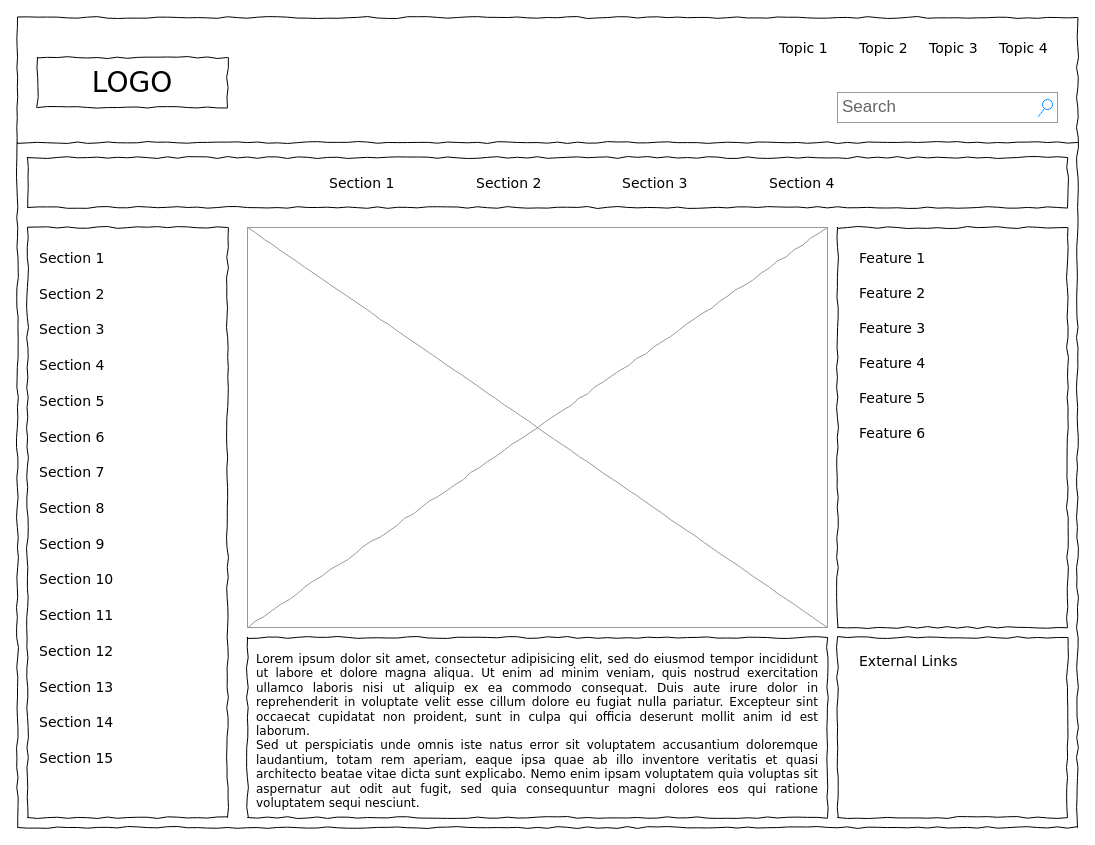
Above: Untitled Diagram.drawio in 20MILLEGL/git-clone-https-github.com-scotch-io-scotch-box.git-my-project (draw.io), before the change. Source tidied: cells renumbered, new cells numbered last; positions are measured from the earlier drawing's top-left corner, leaving out a move shared by most shapes. Both pictures are drawn from the tidied source at 100%, with x=0, y=0 at pixel (17, 17).
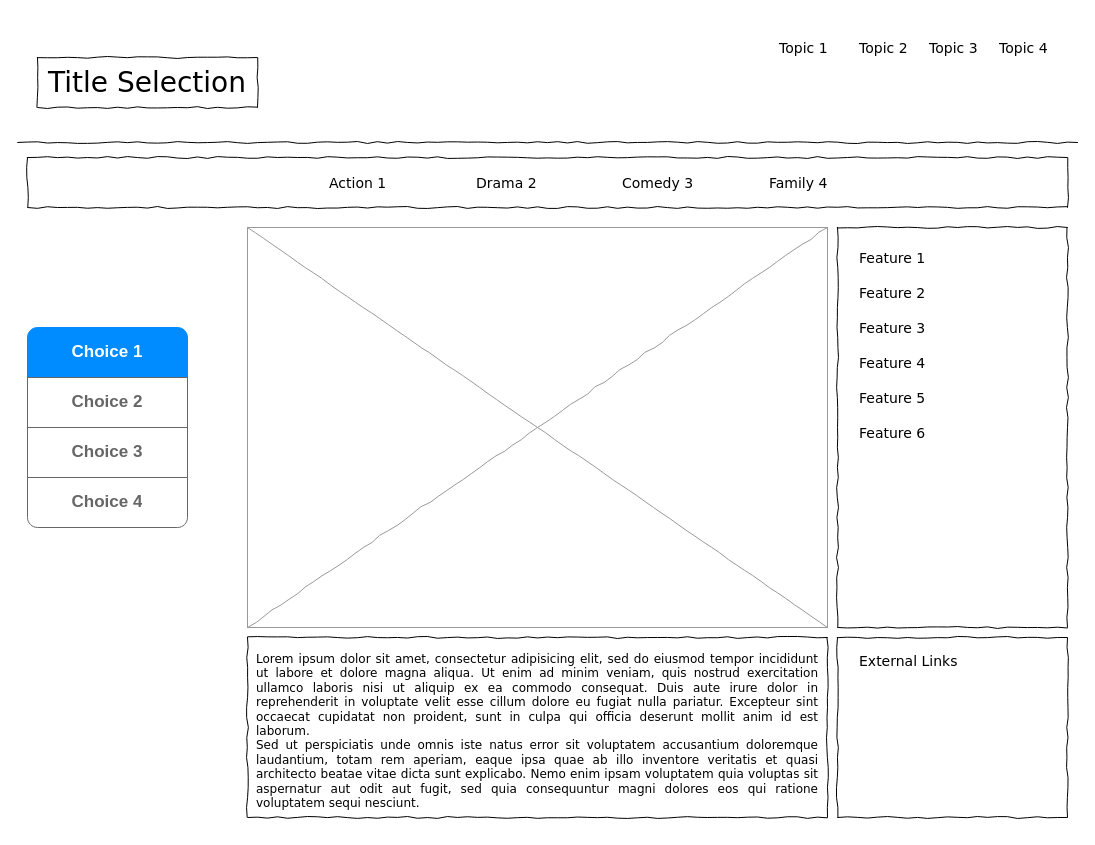
After the change.

Change to the diagram source:
```diff
@@
-    <mxCell id="2" style="whiteSpace=wrap;html=1;rounded=0;shadow=0;labelBackgroundColor=none;strokeColor=#000000;strokeWidth=1;fillColor=none;fontFamily=Verdana;fontSize=12;fontColor=#000000;align=center;comic=1;" parent="1" vertex="1">
-      <mxGeometry width="1060" height="810" as="geometry" />
-    </mxCell>
-    <mxCell id="3" value="LOGO" style="whiteSpace=wrap;html=1;rounded=0;shadow=0;labelBackgroundColor=none;strokeWidth=1;fontFamily=Verdana;fontSize=28;align=center;comic=1;" parent="1" vertex="1">
-      <mxGeometry x="20" y="40" width="190" height="50" as="geometry" />
+    <mxCell id="3" value="Title Selection" style="whiteSpace=wrap;html=1;rounded=0;shadow=0;labelBackgroundColor=none;strokeWidth=1;fontFamily=Verdana;fontSize=28;align=center;comic=1;" parent="1" vertex="1">
+      <mxGeometry x="20" y="40" width="220" height="50" as="geometry" />
     </mxCell>
-    <mxCell id="4" value="Search" style="strokeWidth=1;shadow=0;dashed=0;align=center;html=1;shape=mxgraph.mockup.forms.searchBox;strokeColor=#999999;mainText=;strokeColor2=#008cff;fontColor=#666666;fontSize=17;align=left;spacingLeft=3;rounded=0;labelBackgroundColor=none;comic=1;" parent="1" vertex="1">
-      <mxGeometry x="820" y="75" width="220" height="30" as="geometry" />
-    </mxCell>
@@
-    <mxCell id="9" style="whiteSpace=wrap;html=1;rounded=0;shadow=0;labelBackgroundColor=none;strokeWidth=1;fillColor=none;fontFamily=Verdana;fontSize=12;align=center;comic=1;" parent="1" vertex="1">
-      <mxGeometry x="10" y="210" width="200" height="590" as="geometry" />
-    </mxCell>
@@
-    <mxCell id="12" value="Section 1" style="text;html=1;align=left;verticalAlign=top;spacingTop=-4;fontSize=14;fontFamily=Verdana;" parent="1" vertex="1">
+    <mxCell id="12" value="Action 1" style="text;html=1;align=left;verticalAlign=top;spacingTop=-4;fontSize=14;fontFamily=Verdana;" parent="1" vertex="1">
       <mxGeometry x="310" y="155" width="60" height="20" as="geometry" />
     </mxCell>
-    <mxCell id="13" value="Section 2" style="text;html=1;align=left;verticalAlign=top;spacingTop=-4;fontSize=14;fontFamily=Verdana;" parent="1" vertex="1">
+    <mxCell id="13" value="Drama 2" style="text;html=1;align=left;verticalAlign=top;spacingTop=-4;fontSize=14;fontFamily=Verdana;" parent="1" vertex="1">
       <mxGeometry x="457" y="155" width="60" height="20" as="geometry" />
     </mxCell>
-    <mxCell id="14" value="Section 3" style="text;html=1;align=left;verticalAlign=top;spacingTop=-4;fontSize=14;fontFamily=Verdana;" parent="1" vertex="1">
+    <mxCell id="14" value="Comedy 3" style="text;html=1;align=left;verticalAlign=top;spacingTop=-4;fontSize=14;fontFamily=Verdana;" parent="1" vertex="1">
       <mxGeometry x="603" y="155" width="60" height="20" as="geometry" />
     </mxCell>
-    <mxCell id="15" value="Section 4" style="text;html=1;align=left;verticalAlign=top;spacingTop=-4;fontSize=14;fontFamily=Verdana;" parent="1" vertex="1">
+    <mxCell id="15" value="Family 4" style="text;html=1;align=left;verticalAlign=top;spacingTop=-4;fontSize=14;fontFamily=Verdana;" parent="1" vertex="1">
       <mxGeometry x="750" y="155" width="60" height="20" as="geometry" />
     </mxCell>
@@
-    <mxCell id="20" value="Section 1" style="text;html=1;align=left;verticalAlign=top;spacingTop=-4;fontSize=14;fontFamily=Verdana;" parent="1" vertex="1">
-      <mxGeometry x="20" y="230" width="170" height="20" as="geometry" />
-    </mxCell>
-    <mxCell id="21" value="Section 2" style="text;html=1;align=left;verticalAlign=top;spacingTop=-4;fontSize=14;fontFamily=Verdana;" parent="1" vertex="1">
-      <mxGeometry x="20" y="266" width="170" height="20" as="geometry" />
-    </mxCell>
-    <mxCell id="22" value="Section 3" style="text;html=1;align=left;verticalAlign=top;spacingTop=-4;fontSize=14;fontFamily=Verdana;" parent="1" vertex="1">
-      <mxGeometry x="20" y="301" width="170" height="20" as="geometry" />
-    </mxCell>
-    <mxCell id="23" value="Section 4" style="text;html=1;align=left;verticalAlign=top;spacingTop=-4;fontSize=14;fontFamily=Verdana;" parent="1" vertex="1">
-      <mxGeometry x="20" y="337" width="170" height="20" as="geometry" />
-    </mxCell>
-    <mxCell id="24" value="Section 7" style="text;html=1;align=left;verticalAlign=top;spacingTop=-4;fontSize=14;fontFamily=Verdana;" parent="1" vertex="1">
-      <mxGeometry x="20" y="444" width="170" height="20" as="geometry" />
-    </mxCell>
-    <mxCell id="25" value="Section 8" style="text;html=1;align=left;verticalAlign=top;spacingTop=-4;fontSize=14;fontFamily=Verdana;" parent="1" vertex="1">
-      <mxGeometry x="20" y="480" width="170" height="20" as="geometry" />
-    </mxCell>
-    <mxCell id="26" value="Section 9" style="text;html=1;align=left;verticalAlign=top;spacingTop=-4;fontSize=14;fontFamily=Verdana;" parent="1" vertex="1">
-      <mxGeometry x="20" y="516" width="170" height="20" as="geometry" />
-    </mxCell>
-    <mxCell id="27" value="Section 10" style="text;html=1;align=left;verticalAlign=top;spacingTop=-4;fontSize=14;fontFamily=Verdana;" parent="1" vertex="1">
-      <mxGeometry x="20" y="551" width="170" height="20" as="geometry" />
-    </mxCell>
-    <mxCell id="28" value="Section 11" style="text;html=1;align=left;verticalAlign=top;spacingTop=-4;fontSize=14;fontFamily=Verdana;" parent="1" vertex="1">
-      <mxGeometry x="20" y="587" width="170" height="20" as="geometry" />
-    </mxCell>
-    <mxCell id="29" value="Section 12" style="text;html=1;align=left;verticalAlign=top;spacingTop=-4;fontSize=14;fontFamily=Verdana;" parent="1" vertex="1">
-      <mxGeometry x="20" y="623" width="170" height="20" as="geometry" />
-    </mxCell>
-    <mxCell id="30" value="Section 13" style="text;html=1;align=left;verticalAlign=top;spacingTop=-4;fontSize=14;fontFamily=Verdana;" parent="1" vertex="1">
-      <mxGeometry x="20" y="659" width="170" height="20" as="geometry" />
-    </mxCell>
-    <mxCell id="31" value="Section 14" style="text;html=1;align=left;verticalAlign=top;spacingTop=-4;fontSize=14;fontFamily=Verdana;" parent="1" vertex="1">
-      <mxGeometry x="20" y="694" width="170" height="20" as="geometry" />
-    </mxCell>
-    <mxCell id="32" value="Section 5" style="text;html=1;align=left;verticalAlign=top;spacingTop=-4;fontSize=14;fontFamily=Verdana;" parent="1" vertex="1">
-      <mxGeometry x="20" y="373" width="170" height="20" as="geometry" />
-    </mxCell>
-    <mxCell id="33" value="Section 6" style="text;html=1;align=left;verticalAlign=top;spacingTop=-4;fontSize=14;fontFamily=Verdana;" parent="1" vertex="1">
-      <mxGeometry x="20" y="409" width="170" height="20" as="geometry" />
-    </mxCell>
-    <mxCell id="34" value="Section 15" style="text;html=1;align=left;verticalAlign=top;spacingTop=-4;fontSize=14;fontFamily=Verdana;" parent="1" vertex="1">
-      <mxGeometry x="20" y="730" width="170" height="20" as="geometry" />
-    </mxCell>
@@
+    <mxCell id="42" style="swimlane;shape=mxgraph.bootstrap.anchor;strokeColor=#666666;fillColor=#ffffff;fontColor=#666666;fontStyle=0;horizontal=1;startSize=0;whiteSpace=wrap;html=1;" parent="1" vertex="1">
+      <mxGeometry x="10" y="310" width="160" height="200" as="geometry" />
+    </mxCell>
+    <mxCell id="43" value="Choice 1" style="text;strokeColor=#008CFF;align=center;verticalAlign=middle;spacingLeft=10;spacingRight=10;overflow=hidden;whiteSpace=wrap;html=1;shape=mxgraph.mockup.topButton;rSize=10;fillColor=#008CFF;fontColor=#ffffff;fontSize=17;fontStyle=1;" parent="42" vertex="1">
+      <mxGeometry width="160" height="50" as="geometry" />
+    </mxCell>
+    <mxCell id="44" value="Choice 2" style="text;strokeColor=inherit;align=center;verticalAlign=middle;spacingLeft=10;spacingRight=10;overflow=hidden;whiteSpace=wrap;html=1;rSize=5;fillColor=inherit;fontColor=inherit;fontSize=17;fontStyle=1;" parent="42" vertex="1">
+      <mxGeometry y="50" width="160" height="50" as="geometry" />
+    </mxCell>
+    <mxCell id="45" value="Choice 3" style="text;strokeColor=inherit;align=center;verticalAlign=middle;spacingLeft=10;spacingRight=10;overflow=hidden;whiteSpace=wrap;html=1;rSize=5;fillColor=inherit;fontColor=inherit;fontSize=17;fontStyle=1;" parent="42" vertex="1">
+      <mxGeometry y="100" width="160" height="50" as="geometry" />
+    </mxCell>
+    <mxCell id="46" value="Choice 4" style="text;strokeColor=inherit;align=center;verticalAlign=middle;spacingLeft=10;spacingRight=10;overflow=hidden;whiteSpace=wrap;html=1;shape=mxgraph.mockup.bottomButton;rSize=10;fillColor=inherit;fontColor=inherit;fontSize=17;fontStyle=1;" parent="42" vertex="1">
+      <mxGeometry y="150" width="160" height="50" as="geometry" />
+    </mxCell>
```
